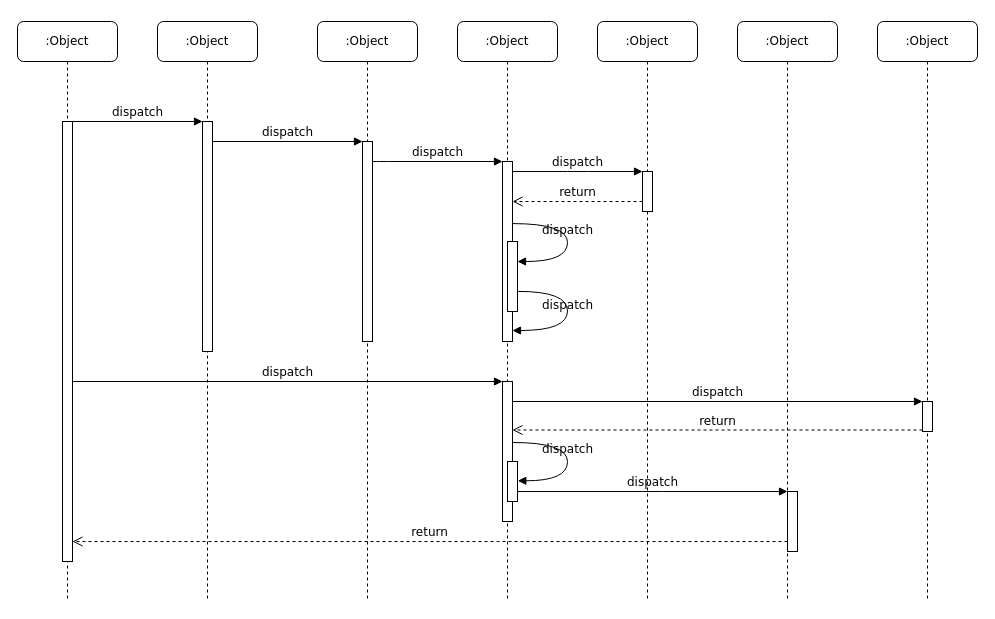
Earlier version of the draw.io diagram page "Page-1" (1 of 2) of sequence/seq-diagram.drawio (Bagabandi152/diagrams.net). Source tidied: cells renumbered, new cells numbered last; positions are measured from the earlier drawing's top-left corner, leaving out a move shared by most shapes. Both pictures are drawn from the tidied source at 100%, with x=0, y=0 at pixel (17, 21).
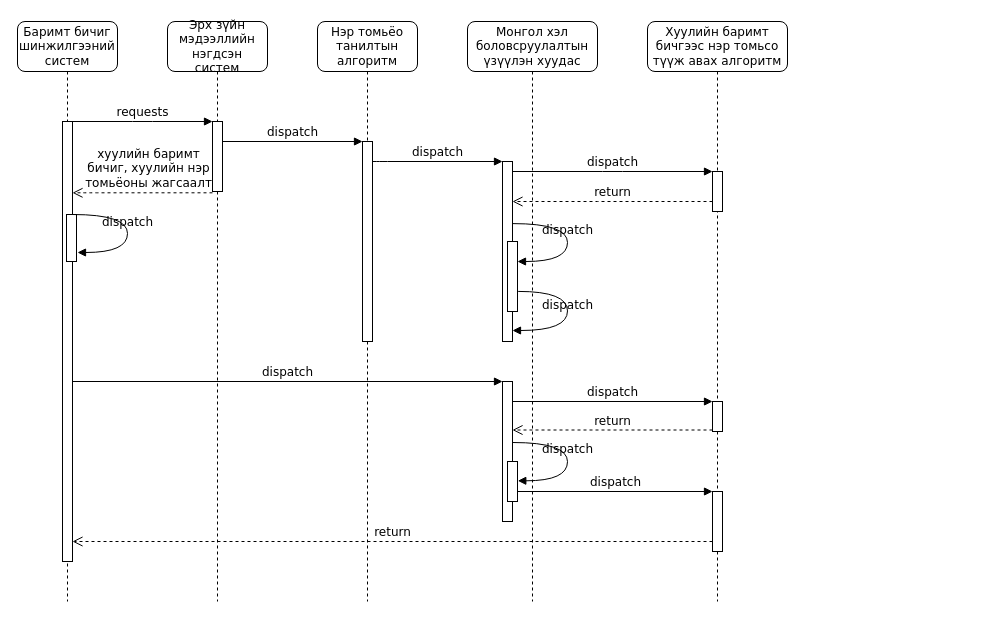
After the change.

Unchanged cells that the change refers to:
```xml
<mxCell id="11" style="html=1;points=[];perimeter=orthogonalPerimeter;rounded=0;shadow=0;comic=0;labelBackgroundColor=none;strokeWidth=1;fontFamily=Verdana;fontSize=12;align=center;" parent="10" vertex="1">
  <mxGeometry x="45" y="100" width="10" height="440" as="geometry" />
</mxCell>
```

What changed in the source:
```diff
@@
-    <mxCell id="2" value=":Object" style="shape=umlLifeline;perimeter=lifelinePerimeter;whiteSpace=wrap;html=1;rounded=1;shadow=0;comic=0;labelBackgroundColor=none;strokeWidth=1;fontFamily=Verdana;fontSize=12;align=center;" parent="1" vertex="1">
-      <mxGeometry x="140" width="100" height="580" as="geometry" />
+    <mxCell id="2" value="Эрх зүйн мэдээллийн нэгдсэн систем" style="shape=umlLifeline;perimeter=lifelinePerimeter;whiteSpace=wrap;html=1;rounded=1;shadow=0;comic=0;labelBackgroundColor=none;strokeWidth=1;fontFamily=Verdana;fontSize=12;align=center;size=50;" parent="1" vertex="1">
+      <mxGeometry x="150" width="100" height="580" as="geometry" />
     </mxCell>
     <mxCell id="3" style="html=1;points=[];perimeter=orthogonalPerimeter;rounded=0;shadow=0;comic=0;labelBackgroundColor=none;strokeWidth=1;fontFamily=Verdana;fontSize=12;align=center;" parent="2" vertex="1">
-      <mxGeometry x="45" y="100" width="10" height="230" as="geometry" />
+      <mxGeometry x="45" y="100" width="10" height="70" as="geometry" />
     </mxCell>
-    <mxCell id="4" value=":Object" style="shape=umlLifeline;perimeter=lifelinePerimeter;whiteSpace=wrap;html=1;rounded=1;shadow=0;comic=0;labelBackgroundColor=none;strokeWidth=1;fontFamily=Verdana;fontSize=12;align=center;" parent="1" vertex="1">
+    <mxCell id="4" value="Нэр томьёо танилтын алгоритм" style="shape=umlLifeline;perimeter=lifelinePerimeter;whiteSpace=wrap;html=1;rounded=1;shadow=0;comic=0;labelBackgroundColor=none;strokeWidth=1;fontFamily=Verdana;fontSize=12;align=center;size=50;" parent="1" vertex="1">
       <mxGeometry x="300" width="100" height="580" as="geometry" />
     </mxCell>
@@
-    <mxCell id="6" value=":Object" style="shape=umlLifeline;perimeter=lifelinePerimeter;whiteSpace=wrap;html=1;rounded=1;shadow=0;comic=0;labelBackgroundColor=none;strokeWidth=1;fontFamily=Verdana;fontSize=12;align=center;" parent="1" vertex="1">
-      <mxGeometry x="440" width="100" height="580" as="geometry" />
+    <mxCell id="6" value="Монгол хэл боловсруулалтын&lt;br&gt;үзүүлэн хуудас" style="shape=umlLifeline;perimeter=lifelinePerimeter;whiteSpace=wrap;html=1;rounded=1;shadow=0;comic=0;labelBackgroundColor=none;strokeWidth=1;fontFamily=Verdana;fontSize=12;align=center;size=50;" parent="1" vertex="1">
+      <mxGeometry x="450" width="130" height="580" as="geometry" />
     </mxCell>
-    <mxCell id="7" value=":Object" style="shape=umlLifeline;perimeter=lifelinePerimeter;whiteSpace=wrap;html=1;rounded=1;shadow=0;comic=0;labelBackgroundColor=none;strokeWidth=1;fontFamily=Verdana;fontSize=12;align=center;" parent="1" vertex="1">
-      <mxGeometry x="580" width="100" height="580" as="geometry" />
+    <mxCell id="7" value="Хуулийн баримт бичгээс нэр томьсо түүж авах алгоритм" style="shape=umlLifeline;perimeter=lifelinePerimeter;whiteSpace=wrap;html=1;rounded=1;shadow=0;comic=0;labelBackgroundColor=none;strokeWidth=1;fontFamily=Verdana;fontSize=12;align=center;size=50;" parent="1" vertex="1">
+      <mxGeometry x="630" width="140" height="580" as="geometry" />
     </mxCell>
-    <mxCell id="8" value=":Object" style="shape=umlLifeline;perimeter=lifelinePerimeter;whiteSpace=wrap;html=1;rounded=1;shadow=0;comic=0;labelBackgroundColor=none;strokeWidth=1;fontFamily=Verdana;fontSize=12;align=center;" parent="1" vertex="1">
-      <mxGeometry x="720" width="100" height="580" as="geometry" />
-    </mxCell>
-    <mxCell id="9" value=":Object" style="shape=umlLifeline;perimeter=lifelinePerimeter;whiteSpace=wrap;html=1;rounded=1;shadow=0;comic=0;labelBackgroundColor=none;strokeWidth=1;fontFamily=Verdana;fontSize=12;align=center;" parent="1" vertex="1">
-      <mxGeometry x="860" width="100" height="580" as="geometry" />
-    </mxCell>
+    <mxCell id="14" style="html=1;points=[];perimeter=orthogonalPerimeter;rounded=0;shadow=0;comic=0;labelBackgroundColor=none;strokeWidth=1;fontFamily=Verdana;fontSize=12;align=center;" parent="7" vertex="1">
+      <mxGeometry x="65" y="150" width="10" height="40" as="geometry" />
+    </mxCell>
+    <mxCell id="19" style="html=1;points=[];perimeter=orthogonalPerimeter;rounded=0;shadow=0;comic=0;labelBackgroundColor=none;strokeColor=#000000;strokeWidth=1;fillColor=#FFFFFF;fontFamily=Verdana;fontSize=12;fontColor=#000000;align=center;" parent="7" vertex="1">
+      <mxGeometry x="65" y="380" width="10" height="30" as="geometry" />
+    </mxCell>
+    <mxCell id="22" style="html=1;points=[];perimeter=orthogonalPerimeter;rounded=0;shadow=0;comic=0;labelBackgroundColor=none;strokeWidth=1;fontFamily=Verdana;fontSize=12;align=center;" parent="7" vertex="1">
+      <mxGeometry x="65" y="470" width="10" height="60" as="geometry" />
+    </mxCell>
-    <mxCell id="10" value=":Object" style="shape=umlLifeline;perimeter=lifelinePerimeter;whiteSpace=wrap;html=1;rounded=1;shadow=0;comic=0;labelBackgroundColor=none;strokeWidth=1;fontFamily=Verdana;fontSize=12;align=center;" parent="1" vertex="1">
+    <mxCell id="10" value="Баримт бичиг шинжилгээний&lt;br&gt;систем" style="shape=umlLifeline;perimeter=lifelinePerimeter;whiteSpace=wrap;html=1;rounded=1;shadow=0;comic=0;labelBackgroundColor=none;strokeWidth=1;fontFamily=Verdana;fontSize=12;align=center;size=50;" parent="1" vertex="1">
       <mxGeometry width="100" height="580" as="geometry" />
     </mxCell>
@@
+    <mxCell id="32" value="хуулийн баримт &lt;br&gt;бичиг, хуулийн нэр&lt;br&gt;томьёоны жагсаалт" style="html=1;verticalAlign=bottom;endArrow=open;dashed=1;endSize=8;labelBackgroundColor=none;fontFamily=Verdana;fontSize=12;edgeStyle=elbowEdgeStyle;elbow=vertical;" parent="10" edge="1">
+      <mxGeometry x="-0.07" relative="1" as="geometry">
+        <mxPoint x="195" y="171.3" as="sourcePoint" />
+        <mxPoint x="55" y="171.3" as="targetPoint" />
+        <Array as="points">
+          <mxPoint x="70" y="171.3" />
+          <mxPoint x="100" y="171.3" />
+        </Array>
+        <mxPoint x="1" as="offset" />
+      </mxGeometry>
+    </mxCell>
+    <mxCell id="33" style="html=1;perimeter=orthogonalPerimeter;rounded=0;shadow=0;comic=0;labelBackgroundColor=none;strokeWidth=1;fontFamily=Verdana;fontSize=12;align=center;" parent="10" vertex="1">
+      <mxGeometry x="49" y="193" width="10" height="47" as="geometry" />
+    </mxCell>
+    <mxCell id="34" value="dispatch" style="html=1;verticalAlign=bottom;endArrow=block;labelBackgroundColor=none;fontFamily=Verdana;fontSize=12;elbow=vertical;edgeStyle=orthogonalEdgeStyle;curved=1;entryX=1;entryY=0.286;entryPerimeter=0;exitX=1.038;exitY=0.345;exitPerimeter=0;" parent="10" edge="1">
+      <mxGeometry relative="1" as="geometry">
+        <mxPoint x="55" y="193" as="sourcePoint" />
+        <mxPoint x="60" y="231" as="targetPoint" />
+        <Array as="points">
+          <mxPoint x="110" y="193" />
+          <mxPoint x="110" y="231" />
+        </Array>
+      </mxGeometry>
+    </mxCell>
@@
-    <mxCell id="14" style="html=1;points=[];perimeter=orthogonalPerimeter;rounded=0;shadow=0;comic=0;labelBackgroundColor=none;strokeWidth=1;fontFamily=Verdana;fontSize=12;align=center;" parent="1" vertex="1">
-      <mxGeometry x="625" y="150" width="10" height="40" as="geometry" />
-    </mxCell>
@@
-    <mxCell id="19" style="html=1;points=[];perimeter=orthogonalPerimeter;rounded=0;shadow=0;comic=0;labelBackgroundColor=none;strokeColor=#000000;strokeWidth=1;fillColor=#FFFFFF;fontFamily=Verdana;fontSize=12;fontColor=#000000;align=center;" parent="1" vertex="1">
-      <mxGeometry x="905" y="380" width="10" height="30" as="geometry" />
-    </mxCell>
@@
-    <mxCell id="22" style="html=1;points=[];perimeter=orthogonalPerimeter;rounded=0;shadow=0;comic=0;labelBackgroundColor=none;strokeWidth=1;fontFamily=Verdana;fontSize=12;align=center;" parent="1" vertex="1">
-      <mxGeometry x="770" y="470" width="10" height="60" as="geometry" />
-    </mxCell>
@@
-    <mxCell id="25" value="dispatch" style="html=1;verticalAlign=bottom;endArrow=block;entryX=0;entryY=0;labelBackgroundColor=none;fontFamily=Verdana;fontSize=12;edgeStyle=elbowEdgeStyle;elbow=vertical;" parent="1" edge="1" source="11" target="3">
+    <mxCell id="25" value="requests" style="html=1;verticalAlign=bottom;endArrow=block;entryX=0;entryY=0;labelBackgroundColor=none;fontFamily=Verdana;fontSize=12;edgeStyle=elbowEdgeStyle;elbow=vertical;" parent="1" edge="1" source="11" target="3">
       <mxGeometry relative="1" as="geometry" />
     </mxCell>
```
